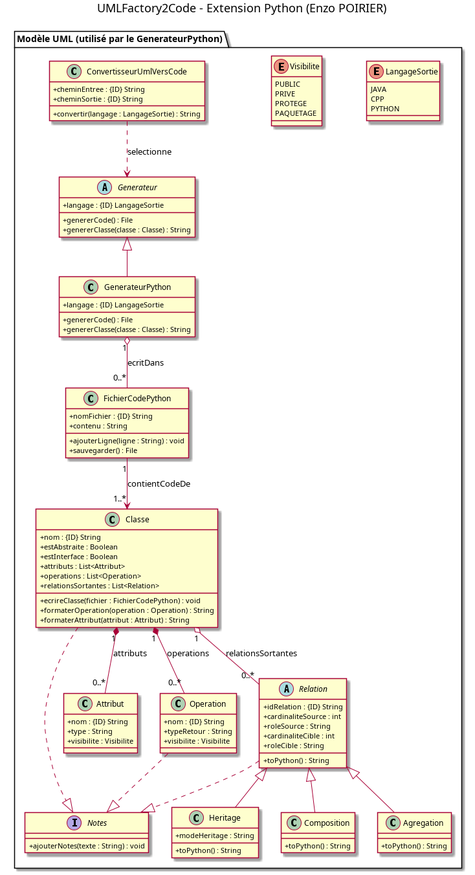
Before: doc/fichier_png/diagramme_generateur_python.png, a diagram exported from PlantUML (RasdaCorentin/PlantUML2Code). Its source is kept beside it as doc/fichier_puml/diagramme_generateur_python.puml.
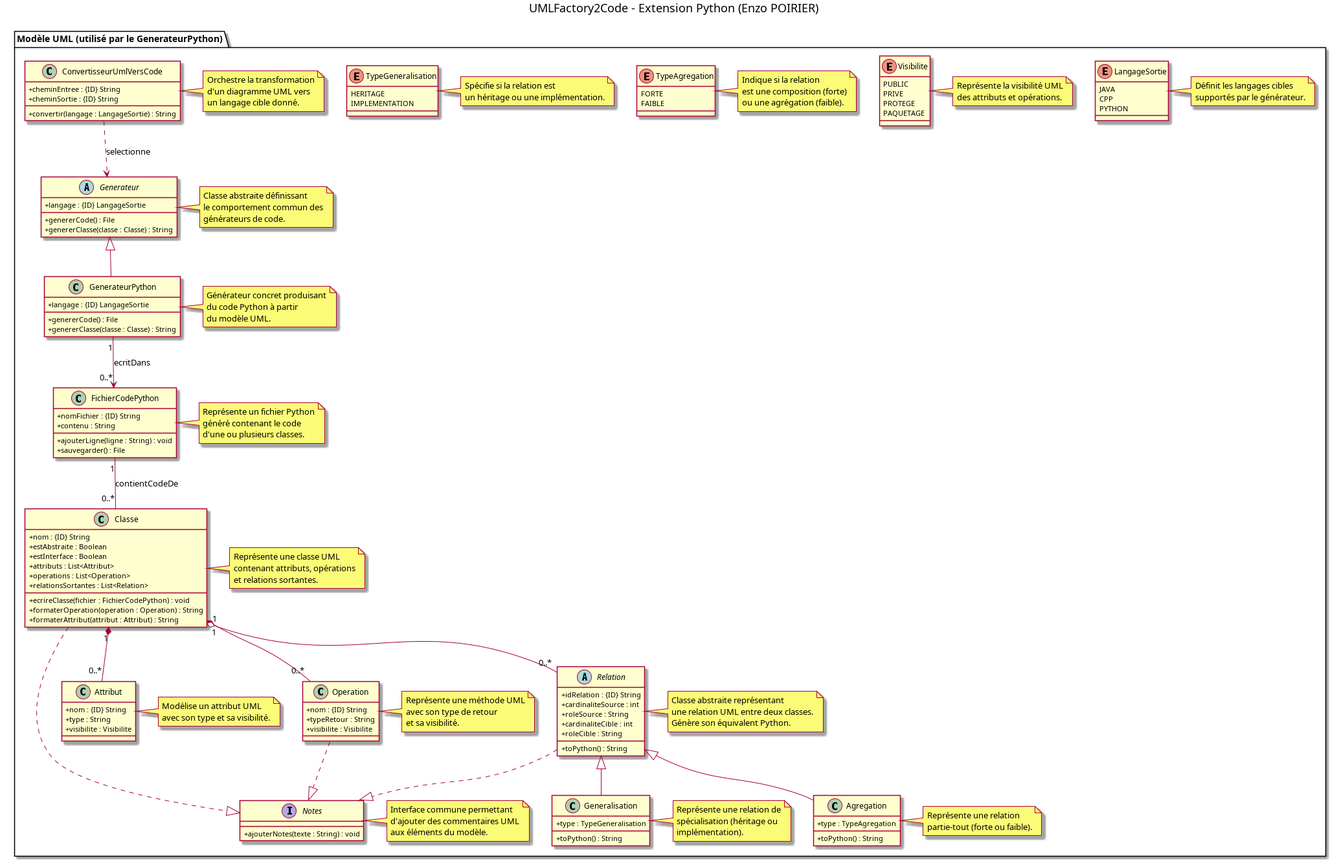
After the change.

Commit message:
Ajustement diagramme_generateur_python + extension en format PNG + début code_python.py

What changed in the source:
```diff
@@ -12,6 +12,11 @@
     PYTHON
   }
 
+  note right of LangageSortie
+    Définit les langages cibles
+    supportés par le générateur.
+  end note
+
   enum Visibilite {
     PUBLIC
     PRIVE
@@ -19,9 +24,41 @@
     PAQUETAGE
   }
 
+  note right of Visibilite
+    Représente la visibilité UML
+    des attributs et opérations.
+  end note
+
+  enum TypeAgregation {
+    FORTE
+    FAIBLE
+  }
+
+  note right of TypeAgregation
+    Indique si la relation
+    est une composition (forte)
+    ou une agrégation (faible).
+  end note
+
+  enum TypeGeneralisation {
+    HERITAGE
+    IMPLEMENTATION
+  }
+
+  note right of TypeGeneralisation
+    Spécifie si la relation est
+    un héritage ou une implémentation.
+  end note
+
   interface Notes {
     +ajouterNotes(texte : String) : void
   }
+
+  note right of Notes
+    Interface commune permettant
+    d'ajouter des commentaires UML
+    aux éléments du modèle.
+  end note
 
   class Classe {
     +nom : {ID} String
@@ -35,17 +72,34 @@
     +formaterAttribut(attribut : Attribut) : String
   }
 
+  note right of Classe
+    Représente une classe UML
+    contenant attributs, opérations
+    et relations sortantes.
+  end note
+
   class Attribut {
     +nom : {ID} String
     +type : String
     +visibilite : Visibilite
   }
 
+  note right of Attribut
+    Modélise un attribut UML
+    avec son type et sa visibilité.
+  end note
+
   class Operation {
     +nom : {ID} String
     +typeRetour : String
     +visibilite : Visibilite
   }
+
+  note right of Operation
+    Représente une méthode UML
+    avec son type de retour
+    et sa visibilité.
+  end note
 
   abstract class Relation {
     +idRelation : {ID} String
@@ -56,21 +110,34 @@
     +toPython() : String
   }
 
-  class Heritage {
-    +modeHeritage : String
+  note right of Relation
+    Classe abstraite représentant
+    une relation UML entre deux classes.
+    Génère son équivalent Python.
+  end note
+
+  class Generalisation {
+    +type : TypeGeneralisation
     +toPython() : String
   }
 
-  class Composition {
+  note right of Generalisation
+    Représente une relation de
+    spécialisation (héritage ou
+    implémentation).
+  end note
+
+  class Agregation {
+    +type : TypeAgregation
     +toPython() : String
   }
 
-  class Agregation {
-    +toPython() : String
-  }
+  note right of Agregation
+    Représente une relation
+    partie-tout (forte ou faible).
+  end note
 
-  Relation <|-- Heritage
-  Relation <|-- Composition
+  Relation <|-- Generalisation
   Relation <|-- Agregation
 
   abstract class Generateur {
@@ -79,11 +146,23 @@
     +genererClasse(classe : Classe) : String
   }
 
+  note right of Generateur
+    Classe abstraite définissant
+    le comportement commun des
+    générateurs de code.
+  end note
+
   class GenerateurPython {
     +langage : {ID} LangageSortie
     +genererCode() : File
     +genererClasse(classe : Classe) : String
   }
+
+  note right of GenerateurPython
+    Générateur concret produisant
+    du code Python à partir
+    du modèle UML.
+  end note
 
   class FichierCodePython {
     +nomFichier : {ID} String
@@ -92,15 +171,27 @@
     +sauvegarder() : File
   }
 
+  note right of FichierCodePython
+    Représente un fichier Python
+    généré contenant le code
+    d'une ou plusieurs classes.
+  end note
+
   class ConvertisseurUmlVersCode {
     +cheminEntree : {ID} String
     +cheminSortie : {ID} String
     +convertir(langage : LangageSortie) : String
   }
 
-  Classe "1" *-- "0..*" Attribut : attributs
-  Classe "1" *-- "0..*" Operation : operations
-  Classe "1" o-- "0..*" Relation : relationsSortantes
+  note right of ConvertisseurUmlVersCode
+    Orchestre la transformation
+    d'un diagramme UML vers
+    un langage cible donné.
+  end note
+
+  Classe "1" *-- "0..*" Attribut
+  Classe "1" *-- "0..*" Operation
+  Classe "1" o-- "0..*" Relation
 
   Classe ..|> Notes
   Relation ..|> Notes
@@ -108,9 +199,9 @@
 
   Generateur <|-- GenerateurPython
 
-  GenerateurPython "1" o-- "0..*" FichierCodePython : ecritDans
+  GenerateurPython "1" --> "0..*" FichierCodePython : ecritDans
 
-FichierCodePython "1" --> "1..*" Classe : contientCodeDe
+  FichierCodePython "1" -- "0..*" Classe : contientCodeDe
 
   ConvertisseurUmlVersCode ..> Generateur : selectionne
 }
```
